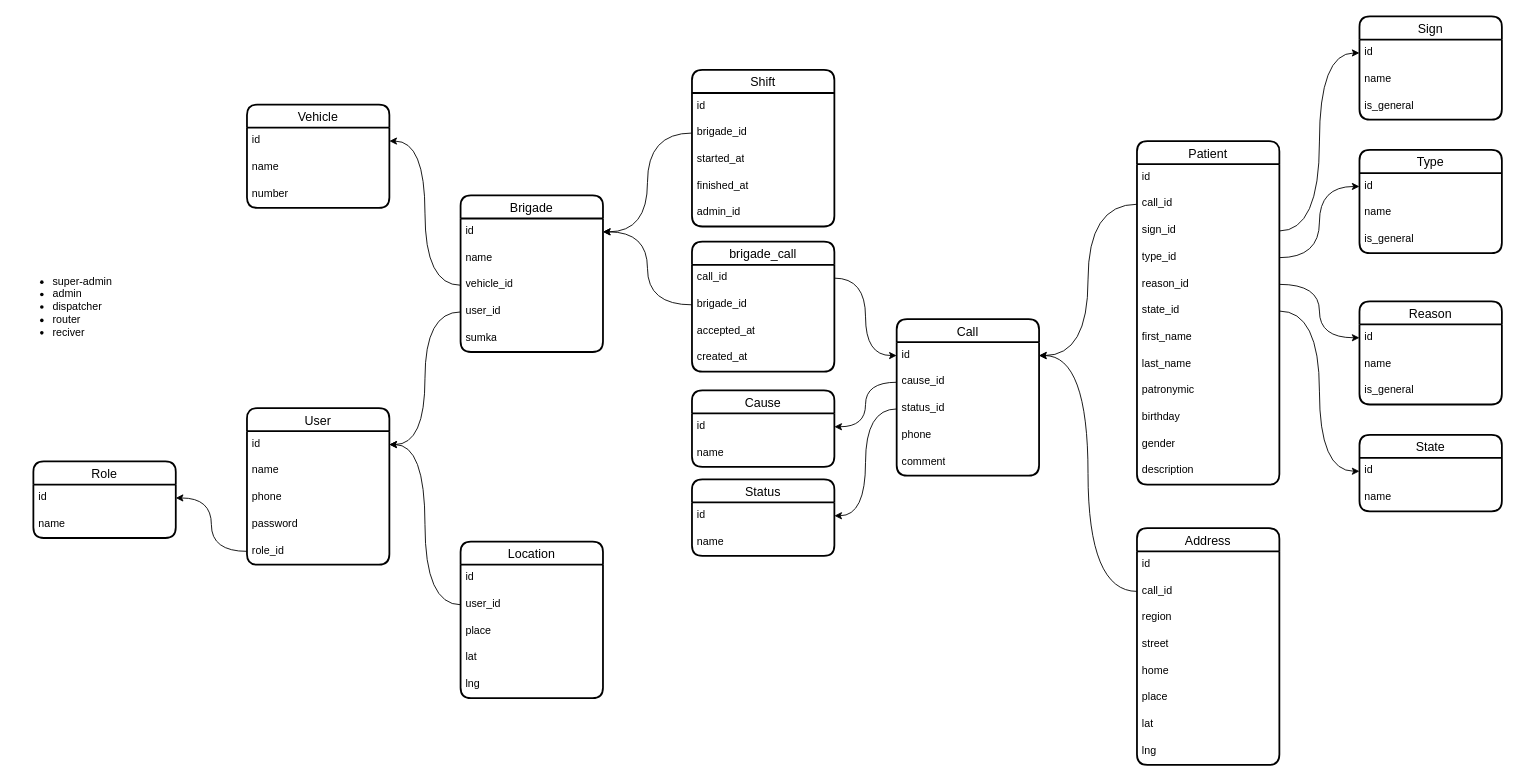
Above: karsoft-103.drawio in iztileuoff/databases (draw.io), before the change. Source tidied: cells renumbered, new cells numbered last; positions are measured from the earlier drawing's top-left corner, leaving out a move shared by most shapes. Both pictures are drawn from the tidied source at 89%, with x=0, y=0 at pixel (15, 16).
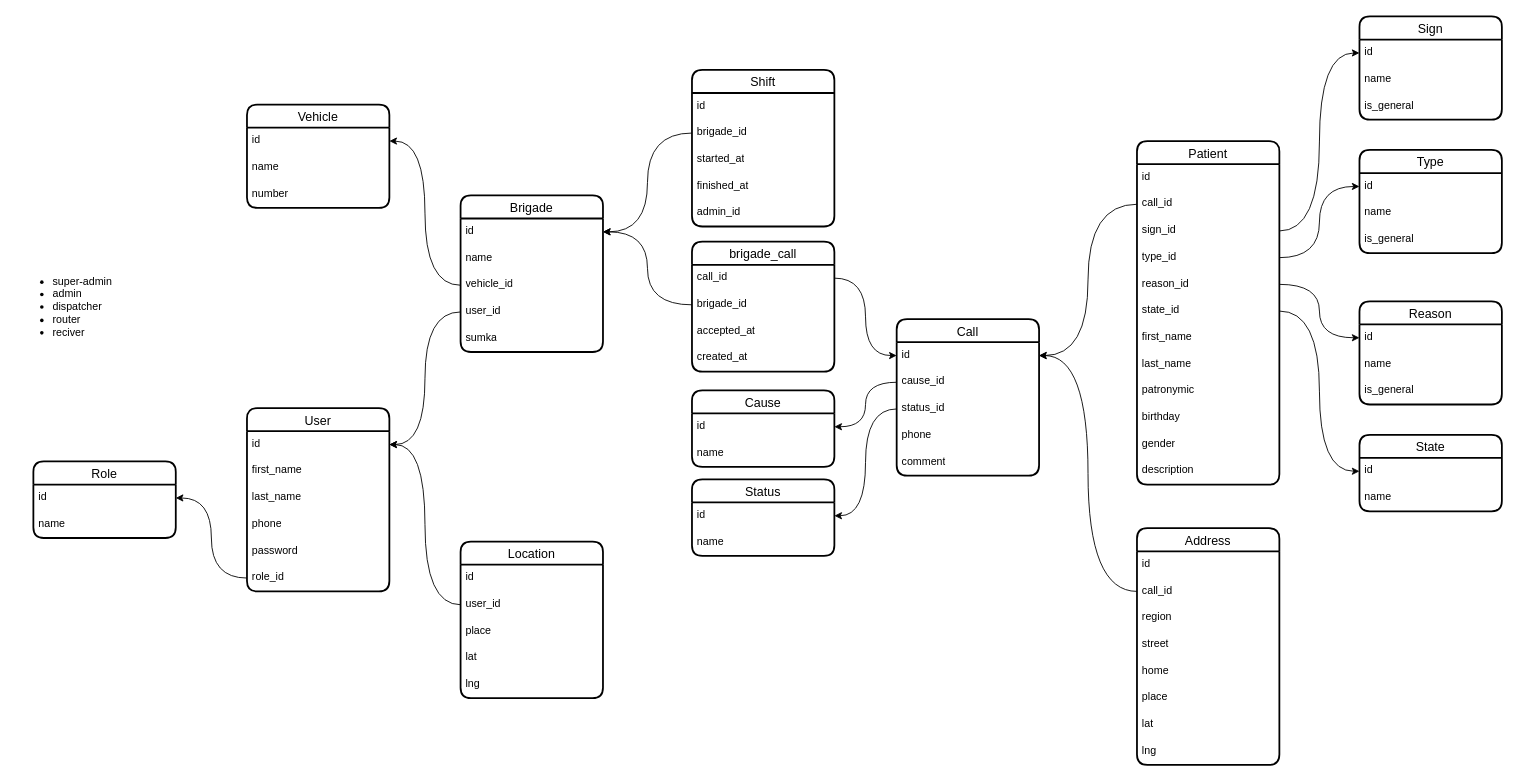
The same page after the edit.

Diff of the diagram source:
```diff
@@
     <mxCell id="2" value="User" style="swimlane;fontStyle=0;horizontal=1;startSize=26;align=center;fontSize=14;strokeWidth=2;rounded=1;shadow=0;glass=0;swimlaneLine=1;" parent="1" vertex="1">
-      <mxGeometry x="260" y="440" width="160" height="176" as="geometry" />
+      <mxGeometry x="260" y="440" width="160" height="206" as="geometry" />
     </mxCell>
@@
-    <mxCell id="4" value="name" style="text;strokeColor=none;fillColor=none;spacingLeft=4;spacingRight=4;overflow=hidden;fontSize=12;whiteSpace=wrap;html=1;" parent="2" vertex="1">
+    <mxCell id="4" value="first_name" style="text;strokeColor=none;fillColor=none;spacingLeft=4;spacingRight=4;overflow=hidden;fontSize=12;whiteSpace=wrap;html=1;" parent="2" vertex="1">
       <mxGeometry y="56" width="160" height="30" as="geometry" />
     </mxCell>
+    <mxCell id="103" value="last_name" style="text;strokeColor=none;fillColor=none;spacingLeft=4;spacingRight=4;overflow=hidden;fontSize=12;whiteSpace=wrap;html=1;" parent="2" vertex="1">
+      <mxGeometry y="86" width="160" height="30" as="geometry" />
+    </mxCell>
     <mxCell id="5" value="phone" style="text;strokeColor=none;fillColor=none;spacingLeft=4;spacingRight=4;overflow=hidden;fontSize=12;whiteSpace=wrap;html=1;" parent="2" vertex="1">
-      <mxGeometry y="86" width="160" height="30" as="geometry" />
+      <mxGeometry y="116" width="160" height="30" as="geometry" />
     </mxCell>
     <mxCell id="6" value="password" style="text;strokeColor=none;fillColor=none;spacingLeft=4;spacingRight=4;overflow=hidden;fontSize=12;whiteSpace=wrap;html=1;" parent="2" vertex="1">
-      <mxGeometry y="116" width="160" height="30" as="geometry" />
+      <mxGeometry y="146" width="160" height="30" as="geometry" />
     </mxCell>
     <mxCell id="7" value="role_id" style="text;strokeColor=none;fillColor=none;spacingLeft=4;spacingRight=4;overflow=hidden;points=[[0,0.5],[1,0.5]];portConstraint=eastwest;fontSize=12;whiteSpace=wrap;html=1;" parent="2" vertex="1">
-      <mxGeometry y="146" width="160" height="30" as="geometry" />
+      <mxGeometry y="176" width="160" height="30" as="geometry" />
     </mxCell>
```
